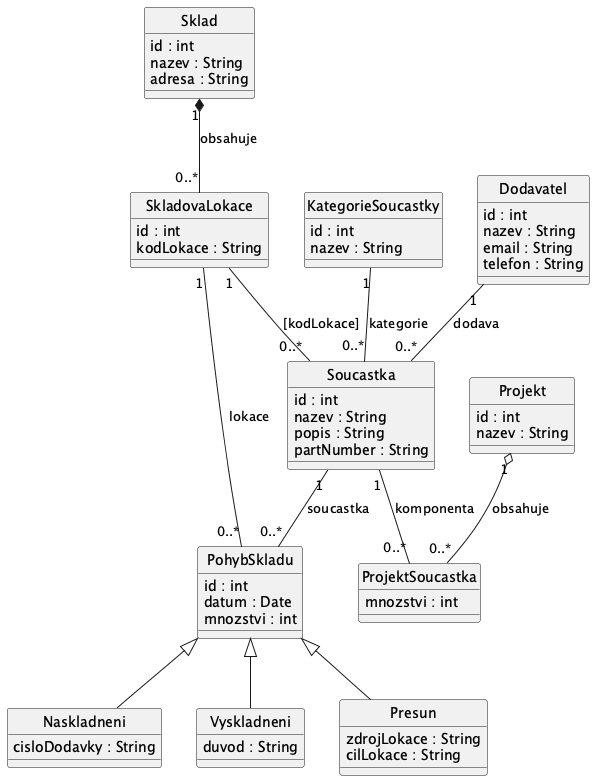
This is docs/images/02a_conceptual_model.png from lkvapil/wms-elektronicke-soucastky, a PlantUML export, as it was before one commit. Source of this version:
```plantuml
@startuml
hide circle

class Soucastka {
  id : int
  nazev : String
  popis : String
  partNumber : String
}

class KategorieSoucastky {
  id : int
  nazev : String
}

class Dodavatel {
  id : int
  nazev : String
  email : String
  telefon : String
}

class Sklad {
  id : int
  nazev : String
  adresa : String
}

class SkladovaLokace {
  id : int
  kodLokace : String
}

class PohybSkladu {
  id : int
  datum : Date
  mnozstvi : int
}

class Naskladneni {
  cisloDodavky : String
}

class Vyskladneni {
  duvod : String
}

class Presun {
  zdrojLokace : String
  cilLokace : String
}

class Projekt {
  id : int
  nazev : String
}

class ProjektSoucastka {
  mnozstvi : int
}


KategorieSoucastky "1" -- "0..*" Soucastka : kategorie
Dodavatel "1" -- "0..*" Soucastka : dodava

Sklad "1" *-- "0..*" SkladovaLokace : obsahuje

SkladovaLokace "1" -- "0..*" Soucastka : [kodLokace]

Soucastka "1" -- "0..*" PohybSkladu : soucastka
SkladovaLokace "1" -- "0..*" PohybSkladu : lokace

PohybSkladu <|-- Naskladneni
PohybSkladu <|-- Vyskladneni
PohybSkladu <|-- Presun

Projekt "1" o-- "0..*" ProjektSoucastka : obsahuje
Soucastka "1" -- "0..*" ProjektSoucastka : komponenta

@enduml
```
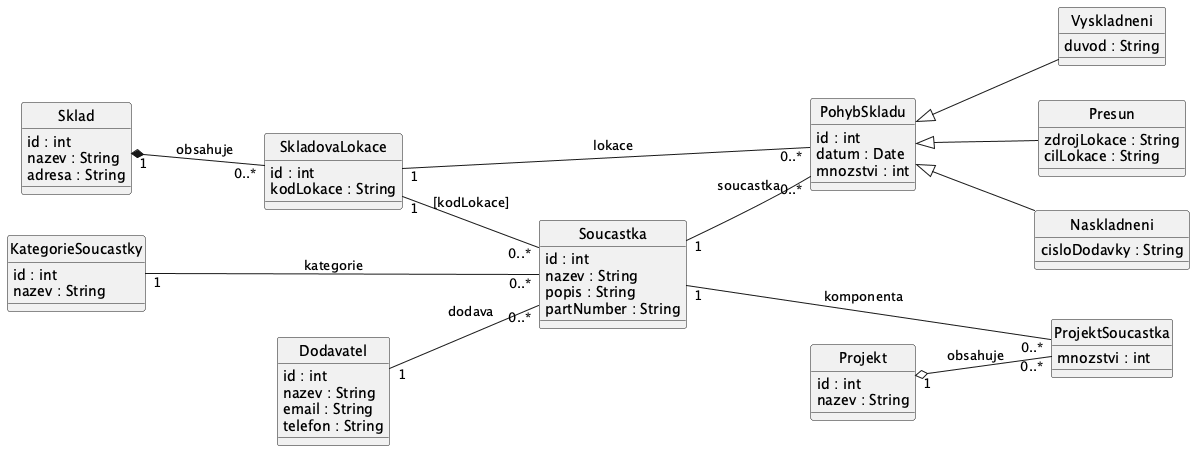
After the commit.

Commit message:
feat: left to right layout, skryte pomocne vazby

What changed in the source:
```diff
@@ -1,4 +1,5 @@
 @startuml
+left to right direction
 hide circle
 
 class Soucastka {
@@ -64,7 +65,6 @@
 Dodavatel "1" -- "0..*" Soucastka : dodava
 
 Sklad "1" *-- "0..*" SkladovaLokace : obsahuje
-
 SkladovaLokace "1" -- "0..*" Soucastka : [kodLokace]
 
 Soucastka "1" -- "0..*" PohybSkladu : soucastka
@@ -77,4 +77,9 @@
 Projekt "1" o-- "0..*" ProjektSoucastka : obsahuje
 Soucastka "1" -- "0..*" ProjektSoucastka : komponenta
 
+
+KategorieSoucastky -[hidden]- Dodavatel
+Soucastka -[hidden]- Projekt
+Sklad -[hidden]- PohybSkladu
+
 @enduml
```
